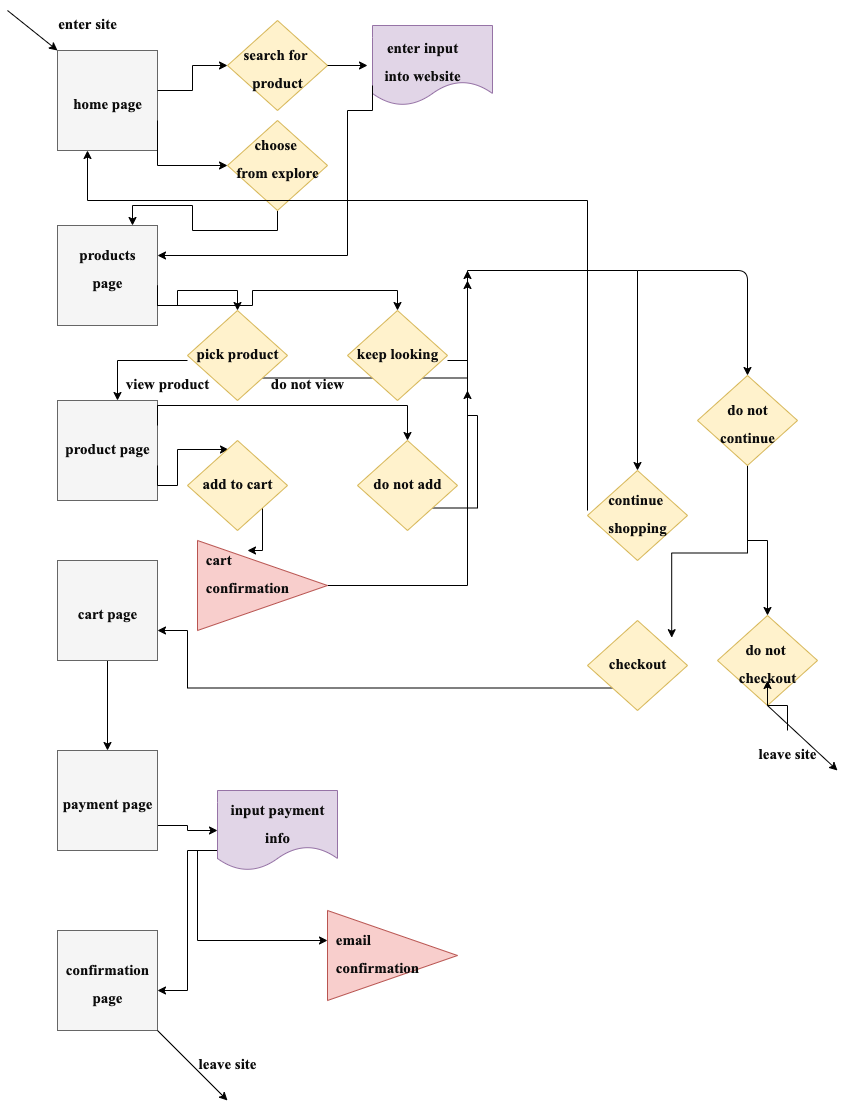
The draw.io diagram part2/part2.drawio.png in trisaleung/sp21-cse110-lab4, before a commit. Source tidied: cells renumbered, new cells last; positions are measured from the earlier drawing's top-left corner, leaving out a move shared by most shapes.
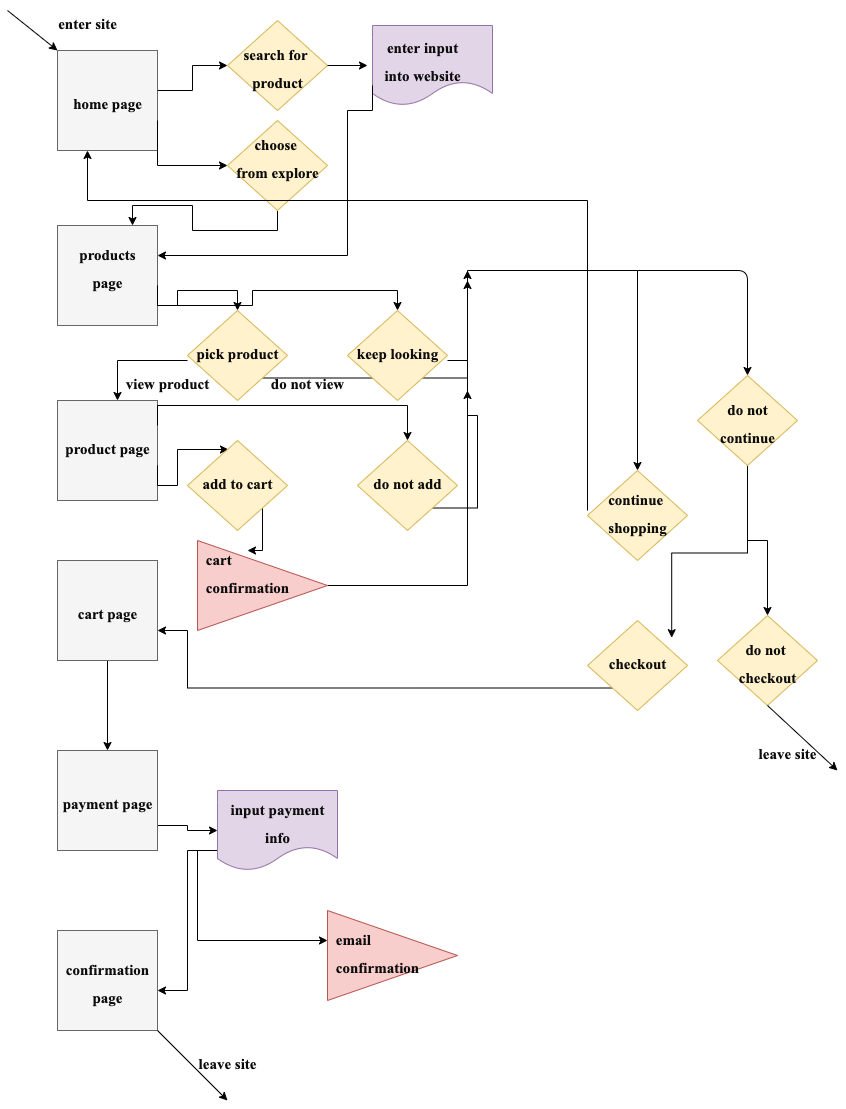
Later version of the same file.

Commit message:
removed extra arrow

Change to the diagram source:
```diff
@@ -235,9 +235,6 @@
         <mxPoint x="830" y="770" as="targetPoint" />
       </mxGeometry>
     </mxCell>
-    <mxCell id="65" style="edgeStyle=orthogonalEdgeStyle;rounded=0;jettySize=auto;html=1;" parent="1" edge="1" source="66" target="62">
-      <mxGeometry relative="1" as="geometry" />
-    </mxCell>
     <mxCell id="66" value="&lt;font style=&quot;font-size: 15px&quot; face=&quot;Times New Roman&quot; color=&quot;#0d0d0d&quot;&gt;leave site&lt;/font&gt;" style="text;strokeColor=none;fillColor=none;html=1;fontSize=24;fontStyle=1;verticalAlign=middle;align=center;" parent="1" vertex="1">
       <mxGeometry x="730" y="730" width="100" height="40" as="geometry" />
     </mxCell>
```
